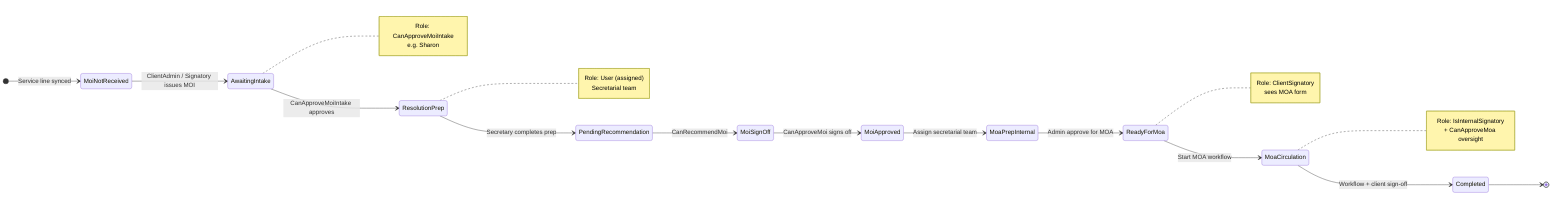
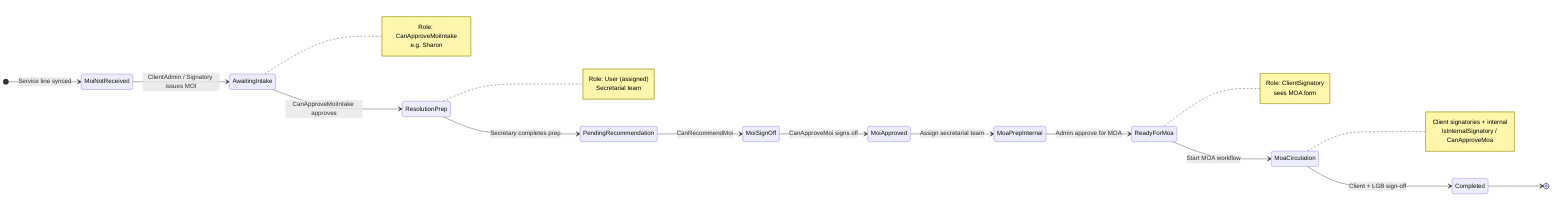
stateDiagram-v2
  direction LR

  [*] --> MoiNotReceived: Service line synced
  MoiNotReceived --> AwaitingIntake: ClientAdmin / Signatory issues MOI
  AwaitingIntake --> ResolutionPrep: CanApproveMoiIntake approves
  ResolutionPrep --> PendingRecommendation: Secretary completes prep
  PendingRecommendation --> MoiSignOff: CanRecommendMoi
  MoiSignOff --> MoiApproved: CanApproveMoi signs off
  MoiApproved --> MoaPrepInternal: Assign secretarial team
  MoaPrepInternal --> ReadyForMoa: Admin approve for MOA
  ReadyForMoa --> MoaCirculation: Start MOA workflow
-   MoaCirculation --> Completed: Workflow + client sign-off
+   MoaCirculation --> Completed: Client + LGB sign-off
  Completed --> [*]

  note right of AwaitingIntake
    Role: CanApproveMoiIntake
    e.g. Sharon
  end note

  note right of ResolutionPrep
    Role: User (assigned)
    Secretarial team
  end note

  note right of ReadyForMoa
    Role: ClientSignatory
    sees MOA form
  end note

  note right of MoaCirculation
-     Role: IsInternalSignatory
-     + CanApproveMoa oversight
+     Client signatories + internal
+     IsInternalSignatory / CanApproveMoa
  end note
